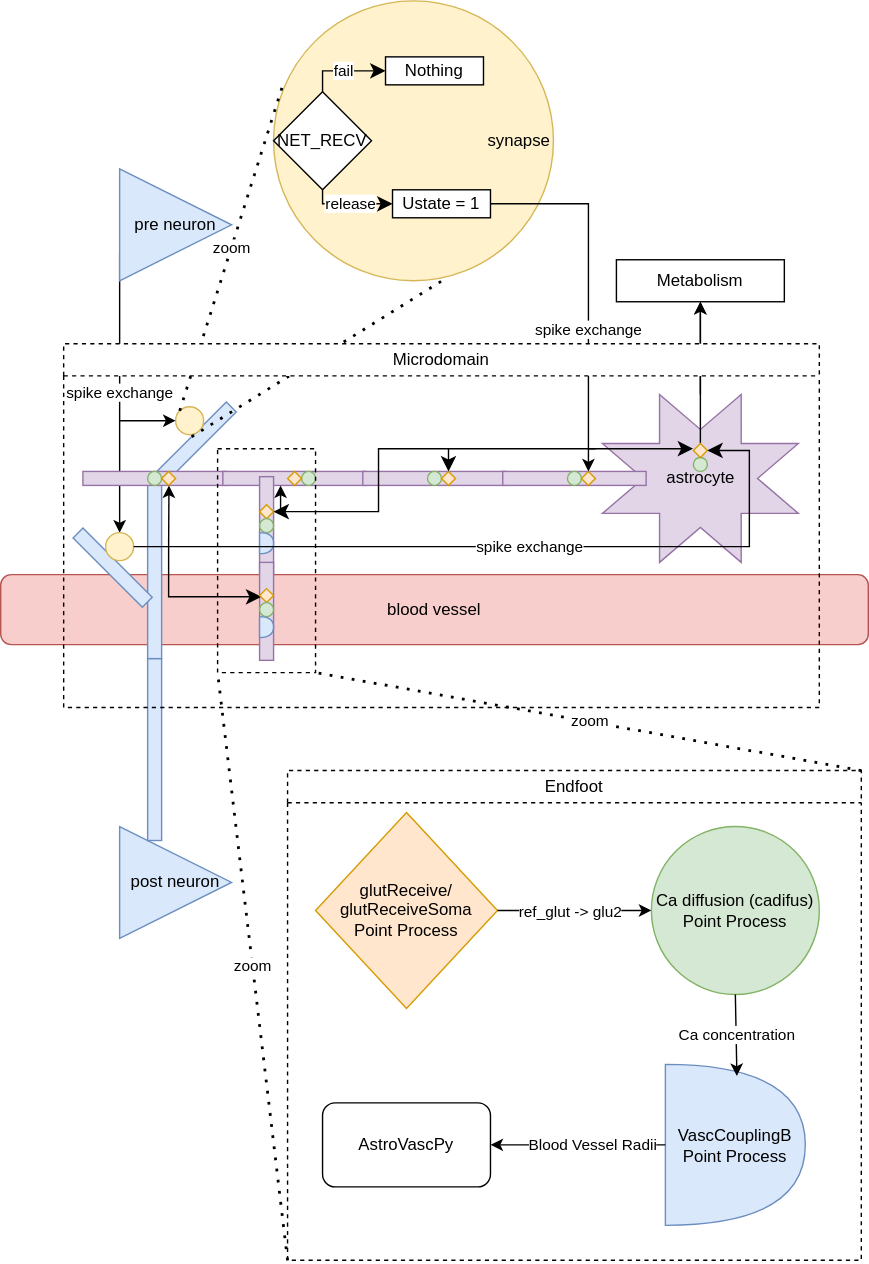
Above: docs/source/img/tripartite.drawio.svg in openbraininstitute/neurodamus (draw.io), before the change. Source tidied: cells renumbered, new cells last; positions are measured from the earlier drawing's top-left corner, leaving out a move shared by most shapes.
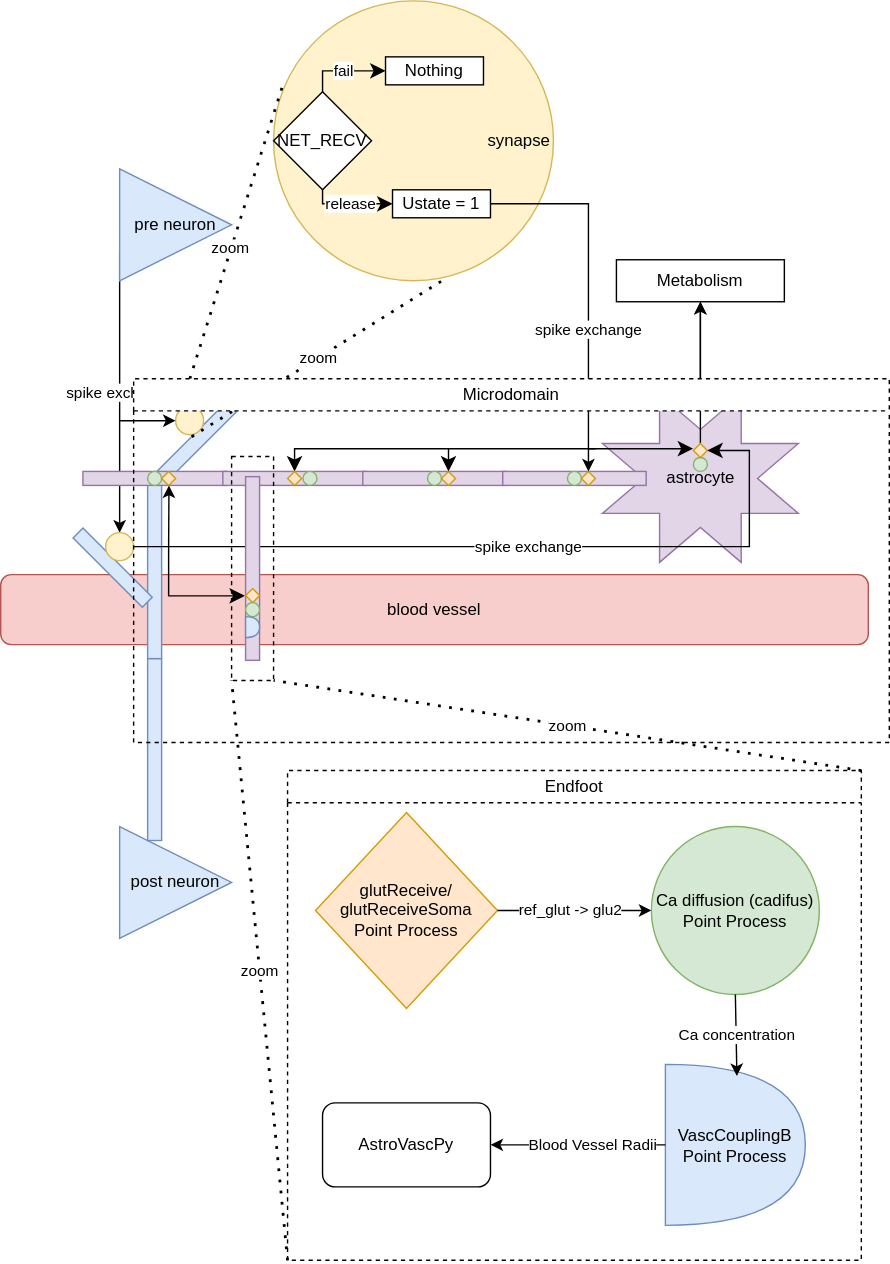
After the change.

Change to the diagram source:
```diff
@@ -87,12 +87,6 @@
     <mxCell id="26" style="rounded=0;whiteSpace=wrap;html=1;fillColor=#e1d5e7;strokeColor=#9673a6;rotation=90;" parent="1" vertex="1">
       <mxGeometry x="405" y="290" width="10" height="102.5" as="geometry" />
     </mxCell>
-    <mxCell id="27" style="rounded=0;whiteSpace=wrap;html=1;fillColor=#e1d5e7;strokeColor=#9673a6;rotation=0;" parent="1" vertex="1">
-      <mxGeometry x="185" y="340" width="10" height="70" as="geometry" />
-    </mxCell>
-    <mxCell id="28" style="rounded=0;whiteSpace=wrap;html=1;fillColor=#e1d5e7;strokeColor=#9673a6;rotation=0;" parent="1" vertex="1">
-      <mxGeometry x="185" y="401.2" width="10" height="70" as="geometry" />
-    </mxCell>
     <mxCell id="29" style="ellipse;whiteSpace=wrap;html=1;fillColor=#d5e8d4;strokeColor=#82b366;" parent="1" vertex="1">
       <mxGeometry x="105" y="336.2" width="10" height="10" as="geometry" />
     </mxCell>
@@ -120,9 +114,6 @@
     <mxCell id="37" style="rhombus;whiteSpace=wrap;html=1;fillColor=#ffe6cc;strokeColor=#d79b00;" parent="1" vertex="1">
       <mxGeometry x="115" y="336.2" width="10" height="10" as="geometry" />
     </mxCell>
-    <mxCell id="38" style="rhombus;whiteSpace=wrap;html=1;fillColor=#ffe6cc;strokeColor=#d79b00;" parent="1" vertex="1">
-      <mxGeometry x="185" y="360" width="10" height="10" as="geometry" />
-    </mxCell>
     <mxCell id="39" value="Metabolism" style="rounded=0;whiteSpace=wrap;html=1;" parent="1" vertex="1">
       <mxGeometry x="440" y="185" width="120" height="30" as="geometry" />
     </mxCell>
@@ -143,22 +134,15 @@
         <mxPoint x="420" y="320" as="sourcePoint" />
       </mxGeometry>
     </mxCell>
-    <mxCell id="43" style="edgeStyle=segmentEdgeStyle;endArrow=classic;html=1;curved=0;rounded=0;endSize=8;startSize=8;entryX=1;entryY=0.5;entryDx=0;entryDy=0;" parent="1" edge="1" target="38">
+    <mxCell id="43" style="edgeStyle=segmentEdgeStyle;endArrow=classic;html=1;curved=0;rounded=0;endSize=8;startSize=8;entryX=0;entryY=0.5;entryDx=0;entryDy=0;" parent="1" edge="1" target="24">
       <mxGeometry relative="1" as="geometry">
         <mxPoint x="320" y="320" as="sourcePoint" />
         <Array as="points">
-          <mxPoint x="270" y="320" />
-          <mxPoint x="270" y="365" />
+          <mxPoint x="210" y="320" />
         </Array>
       </mxGeometry>
     </mxCell>
-    <mxCell id="44" style="endArrow=classic;html=1;entryX=0.5;entryY=1;entryDx=0;entryDy=0;" parent="1" edge="1">
-      <mxGeometry relative="1" as="geometry">
-        <mxPoint x="200" y="365" as="sourcePoint" />
-        <mxPoint x="200" y="346.2" as="targetPoint" />
-      </mxGeometry>
-    </mxCell>
-    <mxCell id="45" style="edgeStyle=elbowEdgeStyle;elbow=horizontal;endArrow=classic;html=1;curved=0;rounded=0;endSize=8;startSize=8;exitX=1;exitY=0.5;exitDx=0;exitDy=0;entryX=0.122;entryY=0.351;entryDx=0;entryDy=0;entryPerimeter=0;" parent="1" edge="1" source="11" target="28">
+    <mxCell id="45" style="edgeStyle=elbowEdgeStyle;elbow=horizontal;endArrow=classic;html=1;curved=0;rounded=0;endSize=8;startSize=8;exitX=1;exitY=0.5;exitDx=0;exitDy=0;entryX=-0.05;entryY=0.649;entryDx=0;entryDy=0;entryPerimeter=0;" parent="1" edge="1" source="11" target="28">
       <mxGeometry relative="1" as="geometry">
         <Array as="points">
           <mxPoint x="120" y="410" />
@@ -200,47 +184,44 @@
     <mxCell id="56" value="Blood Vessel Radii" style="edgeLabel;html=1;align=center;verticalAlign=middle;" parent="55" vertex="1">
       <mxGeometry x="-0.16" relative="1" as="geometry" />
     </mxCell>
-    <mxCell id="57" style="ellipse;whiteSpace=wrap;html=1;fillColor=#d5e8d4;strokeColor=#82b366;" parent="1" vertex="1">
-      <mxGeometry x="215" y="336.2" width="10" height="10" as="geometry" />
-    </mxCell>
     <mxCell id="58" style="rhombus;whiteSpace=wrap;html=1;fillColor=#ffe6cc;strokeColor=#d79b00;" parent="1" vertex="1">
       <mxGeometry x="205" y="336.2" width="10" height="10" as="geometry" />
     </mxCell>
-    <mxCell id="59" style="ellipse;whiteSpace=wrap;html=1;fillColor=#d5e8d4;strokeColor=#82b366;" parent="1" vertex="1">
-      <mxGeometry x="185" y="370" width="10" height="10" as="geometry" />
-    </mxCell>
-    <mxCell id="60" style="shape=or;whiteSpace=wrap;html=1;fillColor=#dae8fc;strokeColor=#6c8ebf;" parent="1" vertex="1">
-      <mxGeometry x="185" y="380" width="10" height="15" as="geometry" />
-    </mxCell>
+    <mxCell id="64" value="spike exchange" style="edgeStyle=segmentEdgeStyle;endArrow=classic;html=1;curved=0;rounded=0;endSize=8;startSize=8;entryX=1;entryY=0.5;entryDx=0;entryDy=0;" parent="1" edge="1" target="34">
+      <mxGeometry relative="1" as="geometry">
+        <mxPoint x="120" y="390" as="sourcePoint" />
+        <Array as="points">
+          <mxPoint x="535" y="390" />
+          <mxPoint x="535" y="321" />
+        </Array>
+      </mxGeometry>
+    </mxCell>
+    <mxCell id="66" value="zoom" style="endArrow=none;dashed=1;html=1;dashPattern=1 3;strokeWidth=2;entryX=0;entryY=1;entryDx=0;entryDy=0;exitX=0;exitY=1;exitDx=0;exitDy=0;" parent="1" edge="1" source="47" target="65">
+      <mxGeometry relative="1" as="geometry" />
+    </mxCell>
+    <mxCell id="67" value="zoom" style="endArrow=none;dashed=1;html=1;dashPattern=1 3;strokeWidth=2;entryX=1;entryY=1;entryDx=0;entryDy=0;exitX=1;exitY=0;exitDx=0;exitDy=0;" parent="1" edge="1" source="47" target="65">
+      <mxGeometry relative="1" as="geometry" />
+    </mxCell>
+    <mxCell id="68" value="&lt;span style=&quot;font-weight: normal;&quot;&gt;Microdomain&lt;/span&gt;" style="swimlane;whiteSpace=wrap;html=1;dashed=1;" parent="1" vertex="1">
+      <mxGeometry x="95" y="270" width="540" height="260" as="geometry" />
+    </mxCell>
+    <mxCell id="65" style="rounded=0;whiteSpace=wrap;html=1;gradientColor=none;fillColor=none;dashed=1;" parent="68" vertex="1">
+      <mxGeometry x="70" y="55.6" width="30" height="160" as="geometry" />
+    </mxCell>
+    <mxCell id="28" style="rounded=0;whiteSpace=wrap;html=1;fillColor=#e1d5e7;strokeColor=#9673a6;rotation=0;" parent="68" vertex="1">
+      <mxGeometry x="80" y="70" width="10" height="131.2" as="geometry" />
+    </mxCell>
-    <mxCell id="61" style="rhombus;whiteSpace=wrap;html=1;fillColor=#ffe6cc;strokeColor=#d79b00;" parent="1" vertex="1">
-      <mxGeometry x="185" y="420" width="10" height="10" as="geometry" />
+    <mxCell id="61" style="rhombus;whiteSpace=wrap;html=1;fillColor=#ffe6cc;strokeColor=#d79b00;" parent="68" vertex="1">
+      <mxGeometry x="80" y="150" width="10" height="10" as="geometry" />
     </mxCell>
-    <mxCell id="62" style="ellipse;whiteSpace=wrap;html=1;fillColor=#d5e8d4;strokeColor=#82b366;" parent="1" vertex="1">
-      <mxGeometry x="185" y="430" width="10" height="10" as="geometry" />
+    <mxCell id="62" style="ellipse;whiteSpace=wrap;html=1;fillColor=#d5e8d4;strokeColor=#82b366;" parent="68" vertex="1">
+      <mxGeometry x="80" y="160" width="10" height="10" as="geometry" />
     </mxCell>
-    <mxCell id="63" style="shape=or;whiteSpace=wrap;html=1;fillColor=#dae8fc;strokeColor=#6c8ebf;" parent="1" vertex="1">
-      <mxGeometry x="185" y="440" width="10" height="15" as="geometry" />
+    <mxCell id="63" style="shape=or;whiteSpace=wrap;html=1;fillColor=#dae8fc;strokeColor=#6c8ebf;" parent="68" vertex="1">
+      <mxGeometry x="80" y="170" width="10" height="15" as="geometry" />
     </mxCell>
-    <mxCell id="64" value="spike exchange" style="edgeStyle=segmentEdgeStyle;endArrow=classic;html=1;curved=0;rounded=0;endSize=8;startSize=8;entryX=1;entryY=0.5;entryDx=0;entryDy=0;" parent="1" edge="1" target="34">
-      <mxGeometry relative="1" as="geometry">
-        <mxPoint x="120" y="390" as="sourcePoint" />
-        <Array as="points">
-          <mxPoint x="535" y="390" />
-          <mxPoint x="535" y="321" />
-        </Array>
-      </mxGeometry>
-    </mxCell>
-    <mxCell id="65" style="rounded=0;whiteSpace=wrap;html=1;gradientColor=none;fillColor=none;dashed=1;" parent="1" vertex="1">
-      <mxGeometry x="155" y="320" width="70" height="160" as="geometry" />
-    </mxCell>
-    <mxCell id="66" value="zoom" style="endArrow=none;dashed=1;html=1;dashPattern=1 3;strokeWidth=2;entryX=0;entryY=1;entryDx=0;entryDy=0;exitX=0;exitY=1;exitDx=0;exitDy=0;" parent="1" edge="1" source="47" target="65">
-      <mxGeometry relative="1" as="geometry" />
-    </mxCell>
-    <mxCell id="67" value="zoom" style="endArrow=none;dashed=1;html=1;dashPattern=1 3;strokeWidth=2;entryX=1;entryY=1;entryDx=0;entryDy=0;exitX=1;exitY=0;exitDx=0;exitDy=0;" parent="1" edge="1" source="47" target="65">
-      <mxGeometry relative="1" as="geometry" />
-    </mxCell>
-    <mxCell id="68" value="&lt;span style=&quot;font-weight: normal;&quot;&gt;Microdomain&lt;/span&gt;" style="swimlane;whiteSpace=wrap;html=1;dashed=1;" parent="1" vertex="1">
-      <mxGeometry x="45" y="245" width="540" height="260" as="geometry" />
-    </mxCell>
+    <mxCell id="69" style="ellipse;whiteSpace=wrap;html=1;fillColor=#d5e8d4;strokeColor=#82b366;" parent="1" vertex="1">
+      <mxGeometry x="216" y="336.2" width="10" height="10" as="geometry" />
+    </mxCell>
   </root>
 </mxGraphModel>
```
